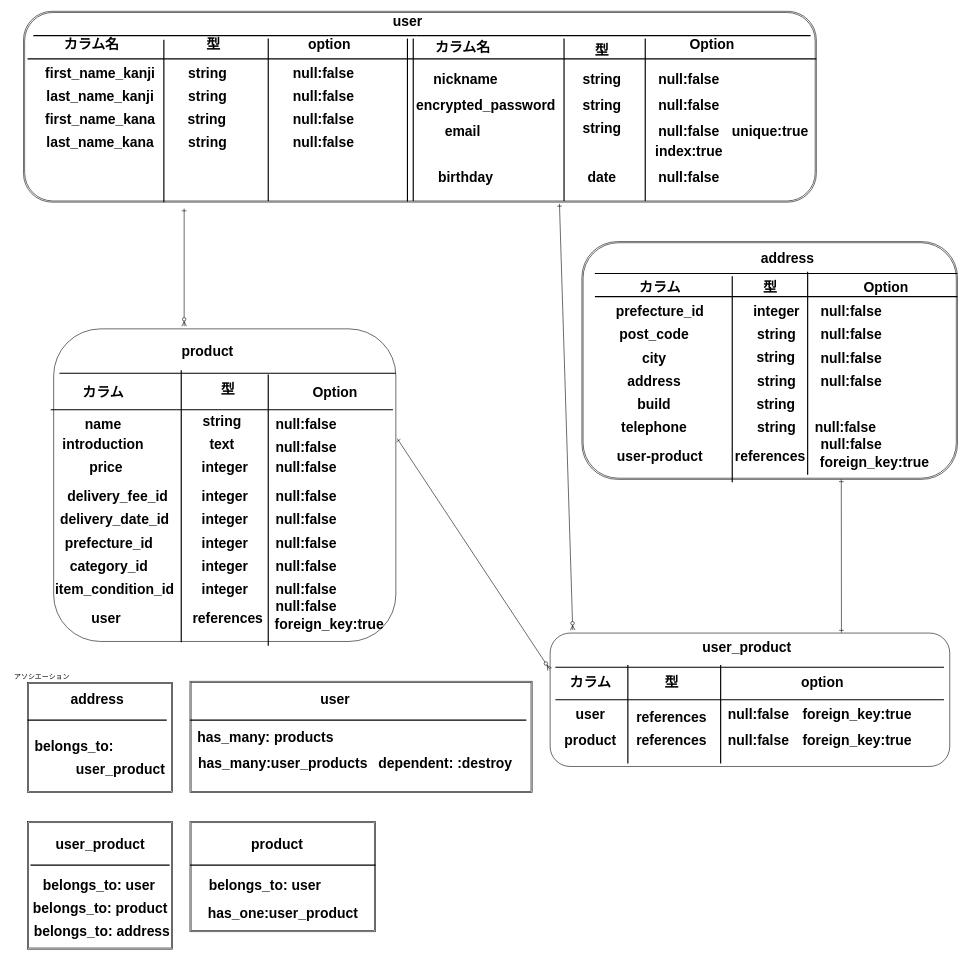
Above: test.dio in Kaneko-Yukihiro0117/furima-32413 (draw.io), before the change. Source tidied: cells renumbered, new cells numbered last; positions are measured from the earlier drawing's top-left corner, leaving out a move shared by most shapes. Both pictures are drawn from the tidied source at 58%, with x=0, y=0 at pixel (10, 10).
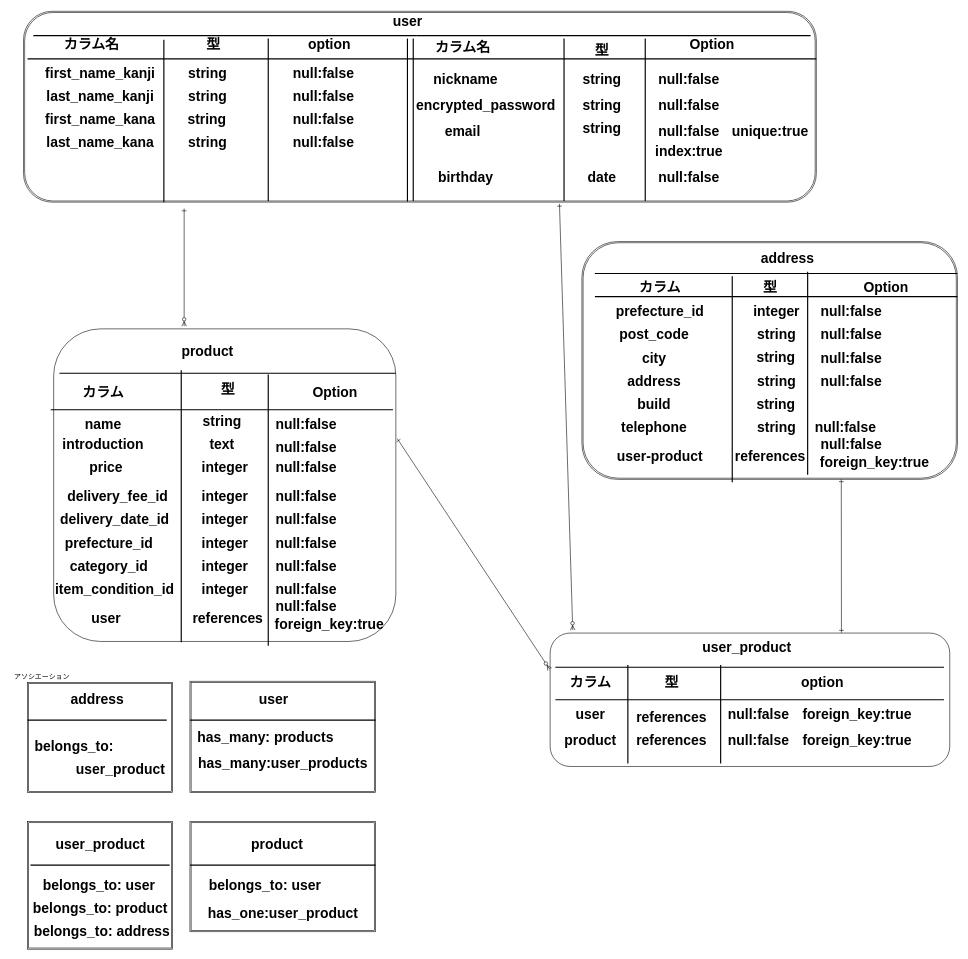
After the change.

Change to the diagram source:
```diff
@@
     <mxCell id="104" style="shape=ext;double=1;rounded=0;whiteSpace=wrap;html=1;" parent="1" vertex="1">
-      <mxGeometry x="310" y="1157" width="590" height="192" as="geometry" />
+      <mxGeometry x="310" y="1157" width="320" height="192" as="geometry" />
     </mxCell>
     <mxCell id="105" value="user" style="text;strokeColor=none;fillColor=none;html=1;fontSize=24;fontStyle=1;verticalAlign=middle;align=center;" parent="1" vertex="1">
-      <mxGeometry x="510" y="1169" width="100" height="40" as="geometry" />
+      <mxGeometry x="404" y="1169" width="100" height="40" as="geometry" />
     </mxCell>
     <mxCell id="106" style="line;strokeWidth=2;html=1;" parent="1" vertex="1">
-      <mxGeometry x="310" y="1219" width="580" height="10" as="geometry" />
+      <mxGeometry x="310" y="1219" width="320" height="10" as="geometry" />
     </mxCell>
@@
-    <mxCell id="154" value="dependent: :destroy" style="text;strokeColor=none;fillColor=none;html=1;fontSize=24;fontStyle=1;verticalAlign=middle;align=center;" parent="1" vertex="1">
-      <mxGeometry x="700" y="1279" width="100" height="40" as="geometry" />
-    </mxCell>
```
